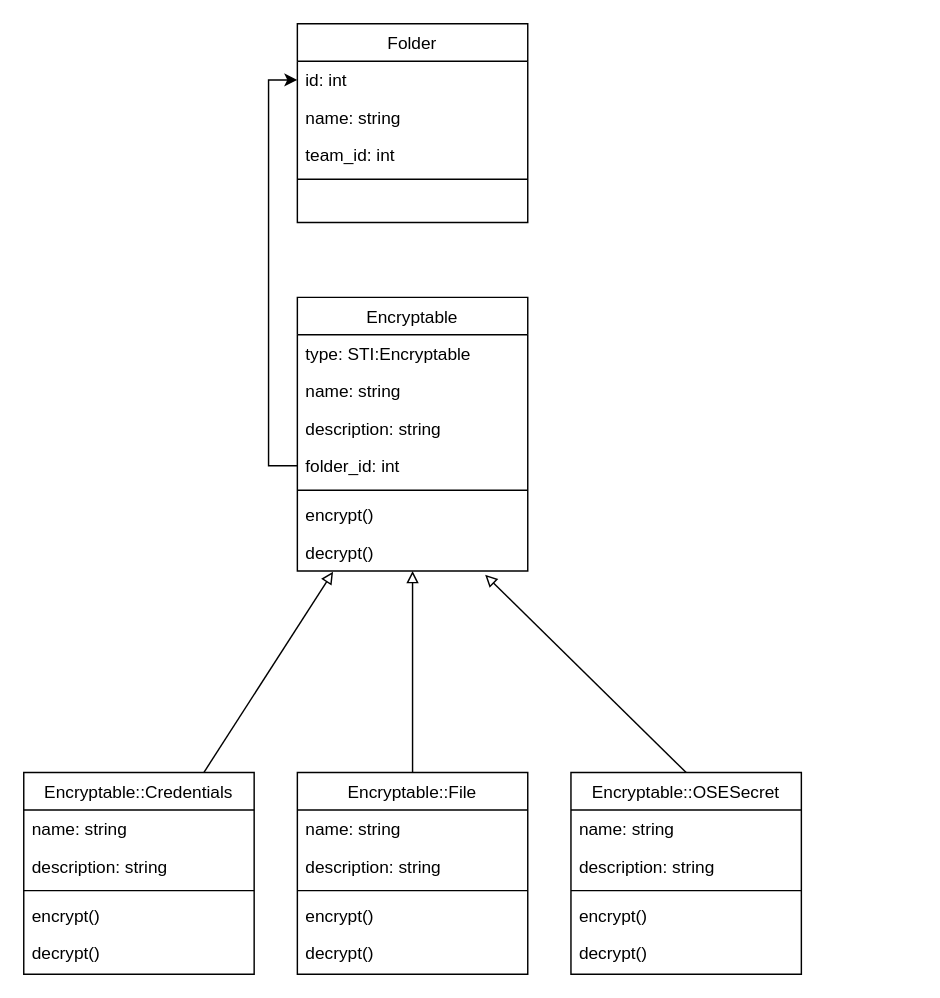
Before: 1_konzeption/_files/encryptables.drawio in puzzle-bbt/kon-cryptopus-encryptables, a draw.io diagram. Source tidied: cells renumbered, new cells numbered last; positions are measured from the earlier drawing's top-left corner, leaving out a move shared by most shapes. Both pictures are drawn from the tidied source at 144%, with x=0, y=0 at pixel (23, 23).
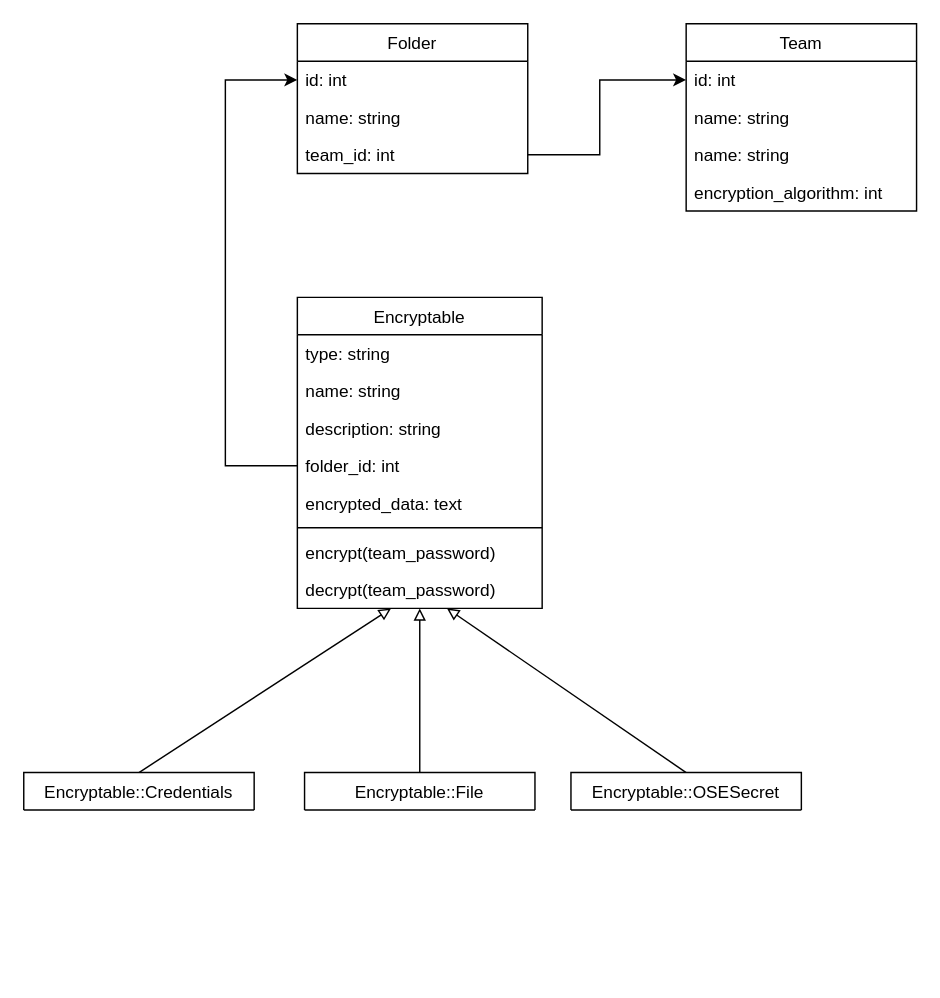
Above is the later version.

Unchanged cells that the change refers to:
```xml
<mxCell id="14" value="id: int" style="text;align=left;verticalAlign=top;spacingLeft=4;spacingRight=4;overflow=hidden;points=[[0,0.5],[1,0.5]];portConstraint=eastwest;rounded=0;shadow=0;html=0;" parent="13" vertex="1">
  <mxGeometry y="26" width="160" height="26" as="geometry" />
</mxCell>
<mxCell id="16" value="team_id: int" style="text;align=left;verticalAlign=top;spacingLeft=4;spacingRight=4;overflow=hidden;points=[[0,0.5],[1,0.5]];portConstraint=eastwest;rounded=0;shadow=0;html=0;" parent="13" vertex="1">
  <mxGeometry y="78" width="160" height="26" as="geometry" />
</mxCell>
```

Change to the diagram source:
```diff
@@
-    <mxCell id="2" style="rounded=0;jettySize=auto;html=1;startArrow=block;startFill=0;endArrow=none;endFill=0;exitX=0.155;exitY=1.02;exitDx=0;exitDy=0;exitPerimeter=0;" parent="1" edge="1" target="19">
-      <mxGeometry relative="1" as="geometry">
-        <mxPoint x="214.8" y="380.5" as="sourcePoint" />
-      </mxGeometry>
+    <mxCell id="2" style="rounded=0;jettySize=auto;html=1;startArrow=block;startFill=0;endArrow=none;endFill=0;entryX=0.5;entryY=0;entryDx=0;entryDy=0;" parent="1" edge="1" source="12" target="19">
+      <mxGeometry relative="1" as="geometry" />
     </mxCell>
@@
-    <mxCell id="4" style="rounded=0;jettySize=auto;html=1;entryX=0.5;entryY=0;entryDx=0;entryDy=0;startArrow=block;startFill=0;endArrow=none;endFill=0;exitX=0.815;exitY=1.099;exitDx=0;exitDy=0;exitPerimeter=0;" parent="1" edge="1" target="31">
-      <mxGeometry relative="1" as="geometry">
-        <mxPoint x="320.4" y="382.6" as="sourcePoint" />
-      </mxGeometry>
+    <mxCell id="4" style="rounded=0;jettySize=auto;html=1;entryX=0.5;entryY=0;entryDx=0;entryDy=0;startArrow=block;startFill=0;endArrow=none;endFill=0;" parent="1" edge="1" source="12" target="31">
+      <mxGeometry relative="1" as="geometry" />
     </mxCell>
     <mxCell id="5" value="Encryptable" style="swimlane;fontStyle=0;align=center;verticalAlign=top;horizontal=1;startSize=26;rounded=0;shadow=0;strokeWidth=1;" parent="1" vertex="1">
-      <mxGeometry x="190" y="190" width="160" height="190" as="geometry" />
+      <mxGeometry x="190" y="190" width="170" height="216" as="geometry" />
     </mxCell>
-    <mxCell id="6" value="type: STI:Encryptable" style="text;align=left;verticalAlign=top;spacingLeft=4;spacingRight=4;overflow=hidden;" parent="5" vertex="1">
-      <mxGeometry y="26" width="160" height="26" as="geometry" />
+    <mxCell id="6" value="type: string" style="text;align=left;verticalAlign=top;spacingLeft=4;spacingRight=4;overflow=hidden;" parent="5" vertex="1">
+      <mxGeometry y="26" width="170" height="26" as="geometry" />
     </mxCell>
     <mxCell id="7" value="name: string" style="text;align=left;verticalAlign=top;spacingLeft=4;spacingRight=4;overflow=hidden;rounded=0;shadow=0;html=0;" parent="5" vertex="1">
-      <mxGeometry y="52" width="160" height="26" as="geometry" />
+      <mxGeometry y="52" width="170" height="26" as="geometry" />
     </mxCell>
     <mxCell id="8" value="description: string" style="text;align=left;verticalAlign=top;spacingLeft=4;spacingRight=4;overflow=hidden;rounded=0;shadow=0;html=0;" parent="5" vertex="1">
-      <mxGeometry y="78" width="160" height="26" as="geometry" />
+      <mxGeometry y="78" width="170" height="26" as="geometry" />
     </mxCell>
     <mxCell id="9" value="folder_id: int" style="text;align=left;verticalAlign=top;spacingLeft=4;spacingRight=4;overflow=hidden;points=[[0,0.5],[1,0.5]];portConstraint=eastwest;rounded=0;shadow=0;html=0;" parent="5" vertex="1">
-      <mxGeometry y="104" width="160" height="26" as="geometry" />
+      <mxGeometry y="104" width="170" height="26" as="geometry" />
     </mxCell>
+    <mxCell id="37" value="encrypted_data: text" style="text;align=left;verticalAlign=top;spacingLeft=4;spacingRight=4;overflow=hidden;rounded=0;shadow=0;html=0;" parent="5" vertex="1">
+      <mxGeometry y="130" width="170" height="26" as="geometry" />
+    </mxCell>
     <mxCell id="10" style="line;html=1;strokeWidth=1;align=left;verticalAlign=middle;spacingTop=-1;spacingLeft=3;spacingRight=3;labelPosition=right;" parent="5" vertex="1">
-      <mxGeometry y="130" width="160" height="8" as="geometry" />
+      <mxGeometry y="156" width="170" height="8" as="geometry" />
     </mxCell>
-    <mxCell id="11" value="encrypt()" style="text;align=left;verticalAlign=top;spacingLeft=4;spacingRight=4;overflow=hidden;" parent="5" vertex="1">
-      <mxGeometry y="138" width="160" height="26" as="geometry" />
+    <mxCell id="11" value="encrypt(team_password)" style="text;align=left;verticalAlign=top;spacingLeft=4;spacingRight=4;overflow=hidden;" parent="5" vertex="1">
+      <mxGeometry y="164" width="170" height="26" as="geometry" />
     </mxCell>
-    <mxCell id="12" value="decrypt()" style="text;align=left;verticalAlign=top;spacingLeft=4;spacingRight=4;overflow=hidden;points=[[0,0.5],[1,0.5]];portConstraint=eastwest;" parent="5" vertex="1">
-      <mxGeometry y="164" width="160" height="26" as="geometry" />
+    <mxCell id="12" value="decrypt(team_password)" style="text;align=left;verticalAlign=top;spacingLeft=4;spacingRight=4;overflow=hidden;points=[[0,0.5],[1,0.5]];portConstraint=eastwest;" parent="5" vertex="1">
+      <mxGeometry y="190" width="170" height="26" as="geometry" />
     </mxCell>
     <mxCell id="13" value="Folder" style="swimlane;fontStyle=0;align=center;verticalAlign=top;horizontal=1;startSize=26;rounded=0;shadow=0;strokeWidth=1;" parent="1" vertex="1">
-      <mxGeometry x="190" width="160" height="138" as="geometry" />
+      <mxGeometry x="190" width="160" height="104" as="geometry" />
     </mxCell>
@@
-    <mxCell id="17" style="line;html=1;strokeWidth=1;align=left;verticalAlign=middle;spacingTop=-1;spacingLeft=3;spacingRight=3;labelPosition=right;" parent="13" vertex="1">
-      <mxGeometry y="104" width="160" height="8" as="geometry" />
-    </mxCell>
     <mxCell id="18" style="edgeStyle=orthogonalEdgeStyle;rounded=0;jettySize=auto;html=1;entryX=0;entryY=0.5;entryDx=0;entryDy=0;startArrow=classic;startFill=1;endArrow=none;endFill=0;" parent="1" edge="1" source="14" target="9">
-      <mxGeometry relative="1" as="geometry" />
+      <mxGeometry relative="1" as="geometry">
+        <Array as="points">
+          <mxPoint x="140" y="39" />
+          <mxPoint x="140" y="307" />
+        </Array>
+      </mxGeometry>
     </mxCell>
-    <mxCell id="19" value="Encryptable::Credentials" style="swimlane;fontStyle=0;align=center;verticalAlign=top;horizontal=1;startSize=26;rounded=0;shadow=0;strokeWidth=1;" parent="1" vertex="1">
-      <mxGeometry y="520" width="160" height="140" as="geometry" />
+    <mxCell id="19" value="Encryptable::Credentials" style="swimlane;fontStyle=0;align=center;verticalAlign=top;horizontal=1;startSize=26;rounded=0;shadow=0;strokeWidth=1;" parent="1" vertex="1" collapsed="1">
+      <mxGeometry y="520" width="160" height="26" as="geometry" />
     </mxCell>
-    <mxCell id="20" value="name: string" style="text;align=left;verticalAlign=top;spacingLeft=4;spacingRight=4;overflow=hidden;rounded=0;shadow=0;html=0;" parent="19" vertex="1">
-      <mxGeometry y="26" width="160" height="26" as="geometry" />
-    </mxCell>
-    <mxCell id="21" value="description: string" style="text;align=left;verticalAlign=top;spacingLeft=4;spacingRight=4;overflow=hidden;rounded=0;shadow=0;html=0;" parent="19" vertex="1">
-      <mxGeometry y="52" width="160" height="26" as="geometry" />
-    </mxCell>
-    <mxCell id="22" style="line;html=1;strokeWidth=1;align=left;verticalAlign=middle;spacingTop=-1;spacingLeft=3;spacingRight=3;labelPosition=right;" parent="19" vertex="1">
-      <mxGeometry y="78" width="160" height="8" as="geometry" />
-    </mxCell>
-    <mxCell id="23" value="encrypt()" style="text;align=left;verticalAlign=top;spacingLeft=4;spacingRight=4;overflow=hidden;" parent="19" vertex="1">
-      <mxGeometry y="86" width="160" height="26" as="geometry" />
-    </mxCell>
-    <mxCell id="24" value="decrypt()" style="text;align=left;verticalAlign=top;spacingLeft=4;spacingRight=4;overflow=hidden;" parent="19" vertex="1">
-      <mxGeometry y="112" width="160" height="26" as="geometry" />
-    </mxCell>
-    <mxCell id="25" value="Encryptable::File" style="swimlane;fontStyle=0;align=center;verticalAlign=top;horizontal=1;startSize=26;rounded=0;shadow=0;strokeWidth=1;" parent="1" vertex="1">
-      <mxGeometry x="190" y="520" width="160" height="140" as="geometry" />
+    <mxCell id="25" value="Encryptable::File" style="swimlane;fontStyle=0;align=center;verticalAlign=top;horizontal=1;startSize=26;rounded=0;shadow=0;strokeWidth=1;" parent="1" vertex="1" collapsed="1">
+      <mxGeometry x="195" y="520" width="160" height="26" as="geometry" />
     </mxCell>
-    <mxCell id="26" value="name: string" style="text;align=left;verticalAlign=top;spacingLeft=4;spacingRight=4;overflow=hidden;rounded=0;shadow=0;html=0;" parent="25" vertex="1">
-      <mxGeometry y="26" width="160" height="26" as="geometry" />
-    </mxCell>
-    <mxCell id="27" value="description: string" style="text;align=left;verticalAlign=top;spacingLeft=4;spacingRight=4;overflow=hidden;rounded=0;shadow=0;html=0;" parent="25" vertex="1">
-      <mxGeometry y="52" width="160" height="26" as="geometry" />
-    </mxCell>
-    <mxCell id="28" style="line;html=1;strokeWidth=1;align=left;verticalAlign=middle;spacingTop=-1;spacingLeft=3;spacingRight=3;labelPosition=right;" parent="25" vertex="1">
-      <mxGeometry y="78" width="160" height="8" as="geometry" />
-    </mxCell>
-    <mxCell id="29" value="encrypt()" style="text;align=left;verticalAlign=top;spacingLeft=4;spacingRight=4;overflow=hidden;" parent="25" vertex="1">
-      <mxGeometry y="86" width="160" height="26" as="geometry" />
-    </mxCell>
-    <mxCell id="30" value="decrypt()" style="text;align=left;verticalAlign=top;spacingLeft=4;spacingRight=4;overflow=hidden;" parent="25" vertex="1">
-      <mxGeometry y="112" width="160" height="26" as="geometry" />
-    </mxCell>
-    <mxCell id="31" value="Encryptable::OSESecret" style="swimlane;fontStyle=0;align=center;verticalAlign=top;horizontal=1;startSize=26;rounded=0;shadow=0;strokeWidth=1;" parent="1" vertex="1">
-      <mxGeometry x="380" y="520" width="160" height="140" as="geometry" />
+    <mxCell id="31" value="Encryptable::OSESecret" style="swimlane;fontStyle=0;align=center;verticalAlign=top;horizontal=1;startSize=26;rounded=0;shadow=0;strokeWidth=1;" parent="1" vertex="1" collapsed="1">
+      <mxGeometry x="380" y="520" width="160" height="26" as="geometry" />
     </mxCell>
-    <mxCell id="32" value="name: string" style="text;align=left;verticalAlign=top;spacingLeft=4;spacingRight=4;overflow=hidden;rounded=0;shadow=0;html=0;" parent="31" vertex="1">
-      <mxGeometry y="26" width="160" height="26" as="geometry" />
-    </mxCell>
-    <mxCell id="33" value="description: string" style="text;align=left;verticalAlign=top;spacingLeft=4;spacingRight=4;overflow=hidden;rounded=0;shadow=0;html=0;" parent="31" vertex="1">
-      <mxGeometry y="52" width="160" height="26" as="geometry" />
-    </mxCell>
-    <mxCell id="34" style="line;html=1;strokeWidth=1;align=left;verticalAlign=middle;spacingTop=-1;spacingLeft=3;spacingRight=3;labelPosition=right;" parent="31" vertex="1">
-      <mxGeometry y="78" width="160" height="8" as="geometry" />
-    </mxCell>
-    <mxCell id="35" value="encrypt()" style="text;align=left;verticalAlign=top;spacingLeft=4;spacingRight=4;overflow=hidden;" parent="31" vertex="1">
-      <mxGeometry y="86" width="160" height="26" as="geometry" />
-    </mxCell>
-    <mxCell id="36" value="decrypt()" style="text;align=left;verticalAlign=top;spacingLeft=4;spacingRight=4;overflow=hidden;" parent="31" vertex="1">
-      <mxGeometry y="112" width="160" height="26" as="geometry" />
-    </mxCell>
+    <mxCell id="38" value="Team" style="swimlane;fontStyle=0;align=center;verticalAlign=top;horizontal=1;startSize=26;rounded=0;shadow=0;strokeWidth=1;" parent="1" vertex="1">
+      <mxGeometry x="460" width="160" height="130" as="geometry" />
+    </mxCell>
+    <mxCell id="39" value="id: int" style="text;align=left;verticalAlign=top;spacingLeft=4;spacingRight=4;overflow=hidden;points=[[0,0.5],[1,0.5]];portConstraint=eastwest;rounded=0;shadow=0;html=0;" parent="38" vertex="1">
+      <mxGeometry y="26" width="160" height="26" as="geometry" />
+    </mxCell>
+    <mxCell id="40" value="name: string" style="text;align=left;verticalAlign=top;spacingLeft=4;spacingRight=4;overflow=hidden;rounded=0;shadow=0;html=0;" parent="38" vertex="1">
+      <mxGeometry y="52" width="160" height="26" as="geometry" />
+    </mxCell>
+    <mxCell id="41" value="name: string" style="text;align=left;verticalAlign=top;spacingLeft=4;spacingRight=4;overflow=hidden;rounded=0;shadow=0;html=0;" parent="38" vertex="1">
+      <mxGeometry y="78" width="160" height="26" as="geometry" />
+    </mxCell>
+    <mxCell id="42" value="encryption_algorithm: int" style="text;align=left;verticalAlign=top;spacingLeft=4;spacingRight=4;overflow=hidden;rounded=0;shadow=0;html=0;" parent="38" vertex="1">
+      <mxGeometry y="104" width="160" height="26" as="geometry" />
+    </mxCell>
+    <mxCell id="43" style="edgeStyle=orthogonalEdgeStyle;rounded=0;jettySize=auto;html=1;entryX=0;entryY=0.5;entryDx=0;entryDy=0;exitX=1;exitY=0.5;exitDx=0;exitDy=0;" parent="1" edge="1" source="16" target="39">
+      <mxGeometry relative="1" as="geometry">
+        <Array as="points">
+          <mxPoint x="400" y="91" />
+          <mxPoint x="400" y="39" />
+        </Array>
+      </mxGeometry>
+    </mxCell>
```
